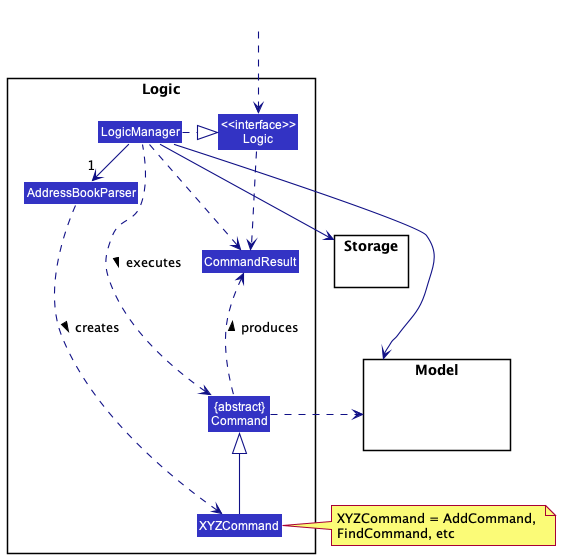
This is docs/images/LogicClassDiagram.png from nus-cs2103-AY2223S2/tp, a PlantUML export, as it was before one commit.
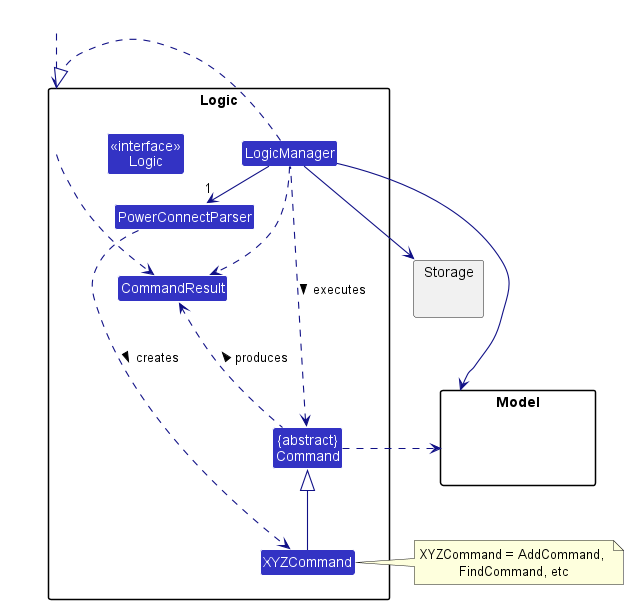
The same diagram one commit later.

Change to the diagram source:
```diff
@@ -6,7 +6,7 @@
 
 package Logic {
 
-Class AddressBookParser
+Class PowerConnectParser
 Class XYZCommand
 Class CommandResult
 Class "{abstract}\nCommand" as Command
@@ -27,8 +27,8 @@
 HiddenOutside ..> Logic
 
 LogicManager .right.|> Logic
-LogicManager -right->"1" AddressBookParser
-AddressBookParser ..> XYZCommand : creates >
+LogicManager -right->"1" PowerConnectParser
+PowerConnectParser ..> XYZCommand : creates >
 
 XYZCommand -up-|> Command
 LogicManager .left.> Command : executes >
```
